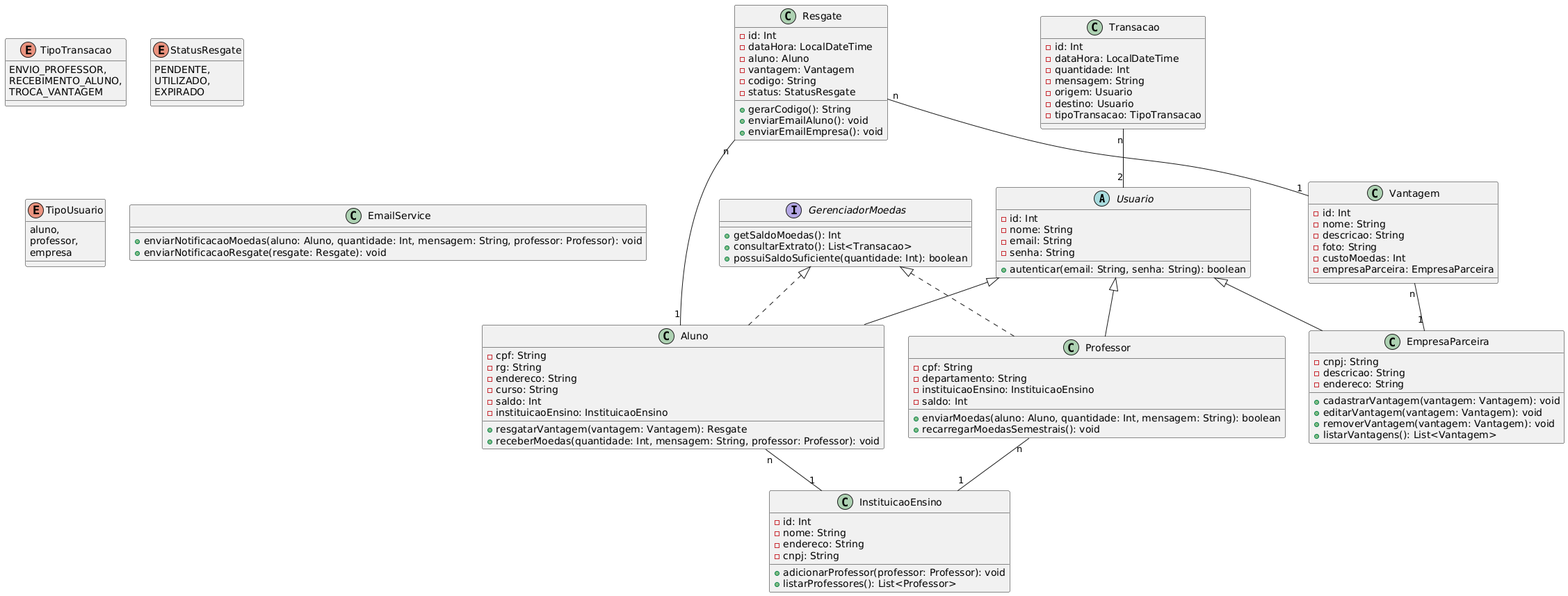
Earlier version of the PlantUML export project/img/DiagramaDeClasses.png (Eduuhms/LDS-Sistema-de-Moeda-Estudantil).
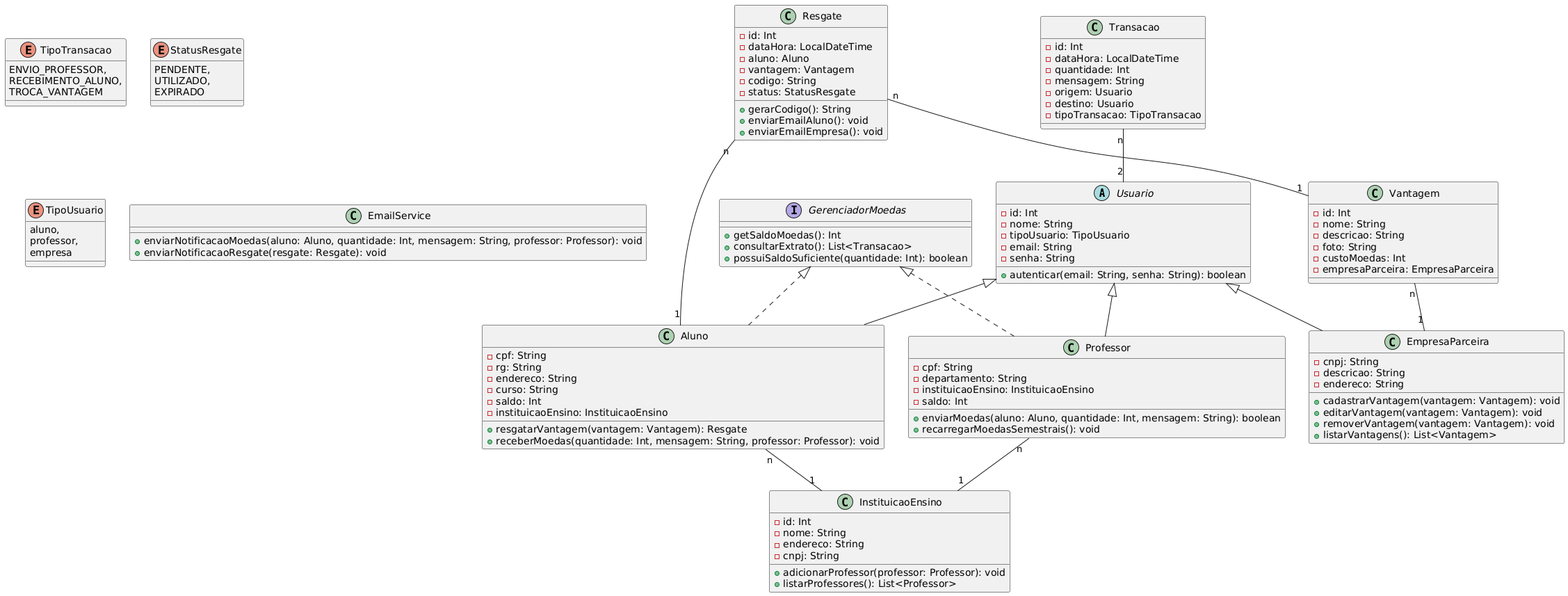
Above is the later version.

Commit message:
diagrama de classe att

Diff of the diagram source:
```diff
@@ -2,6 +2,7 @@
 abstract class Usuario {
   - id: Int
   - nome: String
+  - tipoUsuario: TipoUsuario
   - email: String
   - senha: String
   + autenticar(email: String, senha: String): boolean
```
